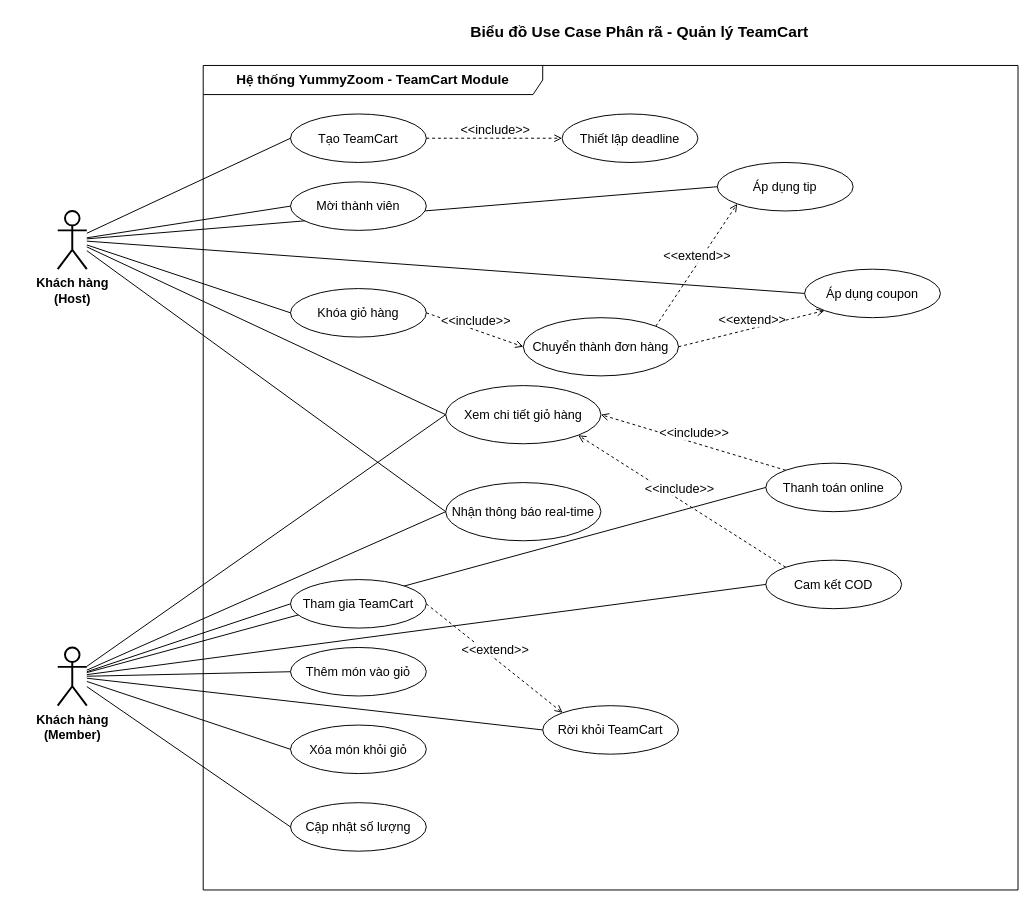
hoangvu1420/YummyZoom keeps this draw.io diagram as report/res/diagrams/usecase_teamcart_decomposition.drawio. Above is the earlier version. Source tidied: cells renumbered, new cells numbered last; positions are measured from the earlier drawing's top-left corner, leaving out a move shared by most shapes. Both pictures are drawn from the tidied source at 97%, with x=0, y=0 at pixel (57, 16).
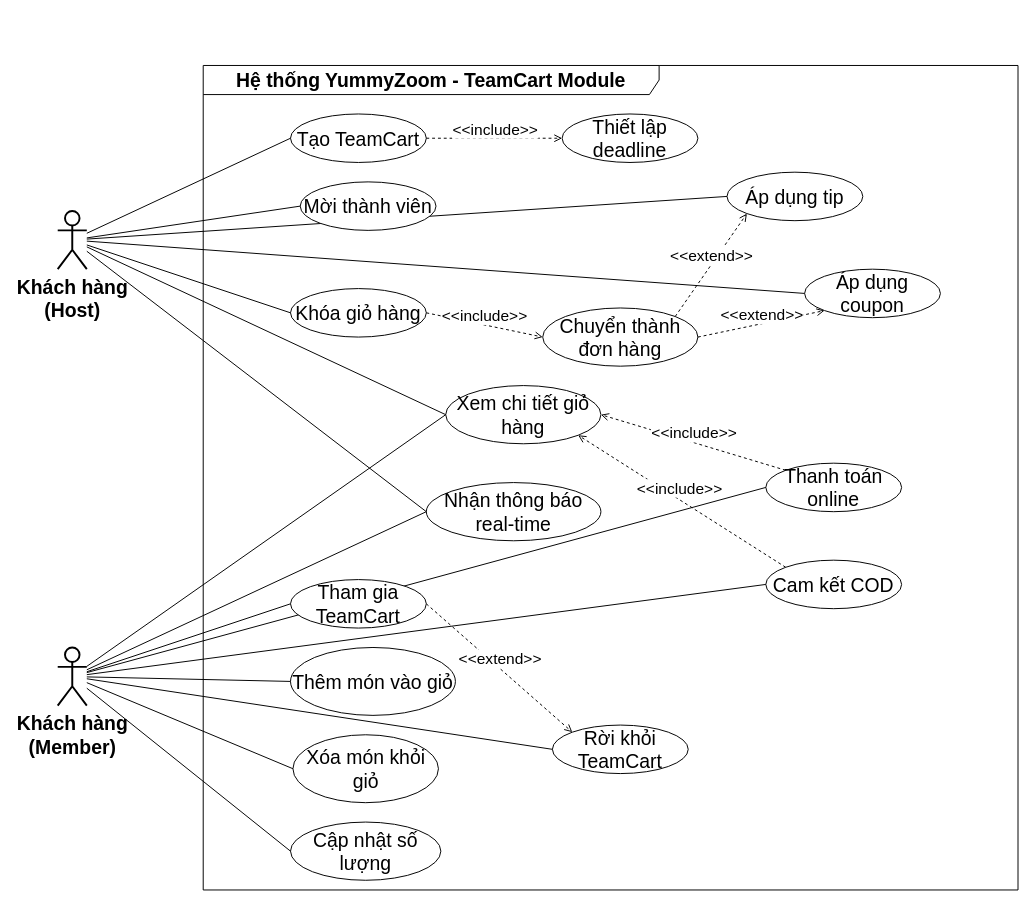
Above is the later version.

The edit, as a diff of the source:
```diff
@@
-    <mxCell id="2" value="Biểu đồ Use Case Phân rã - Quản lý TeamCart" style="text;strokeColor=none;align=center;fillColor=none;html=1;verticalAlign=middle;whiteSpace=wrap;rounded=0;fontSize=16;fontStyle=1;" parent="1" vertex="1">
-      <mxGeometry x="400" width="400" height="30" as="geometry" />
-    </mxCell>
-    <mxCell id="3" value="Hệ thống YummyZoom - TeamCart Module" style="shape=umlFrame;whiteSpace=wrap;html=1;width=350;height=30;fontSize=14;fontStyle=1;" parent="1" vertex="1">
+    <mxCell id="3" value="Hệ thống YummyZoom - TeamCart Module" style="shape=umlFrame;whiteSpace=wrap;html=1;width=470;height=30;fontSize=20;fontStyle=1;" parent="1" vertex="1">
       <mxGeometry x="150" y="50" width="840" height="850" as="geometry" />
     </mxCell>
-    <mxCell id="4" value="Khách hàng&lt;div style=&quot;font-size: 13px;&quot;&gt;(Host)&lt;/div&gt;" style="shape=umlActor;verticalLabelPosition=bottom;verticalAlign=top;html=1;outlineConnect=0;fontSize=13;fontStyle=1;strokeWidth=2;" parent="1" vertex="1">
+    <mxCell id="4" value="Khách hàng&lt;div style=&quot;font-size: 20px;&quot;&gt;(Host)&lt;/div&gt;" style="shape=umlActor;verticalLabelPosition=bottom;verticalAlign=top;html=1;outlineConnect=0;fontSize=20;fontStyle=1;strokeWidth=2;" parent="1" vertex="1">
       <mxGeometry y="200" width="30" height="60" as="geometry" />
     </mxCell>
-    <mxCell id="5" value="Khách hàng&lt;div style=&quot;font-size: 13px;&quot;&gt;(Member)&lt;/div&gt;" style="shape=umlActor;verticalLabelPosition=bottom;verticalAlign=top;html=1;outlineConnect=0;fontSize=13;fontStyle=1;strokeWidth=2;" parent="1" vertex="1">
+    <mxCell id="5" value="Khách hàng&lt;div style=&quot;font-size: 20px;&quot;&gt;(Member)&lt;/div&gt;" style="shape=umlActor;verticalLabelPosition=bottom;verticalAlign=top;html=1;outlineConnect=0;fontSize=20;fontStyle=1;strokeWidth=2;" parent="1" vertex="1">
       <mxGeometry y="650" width="30" height="60" as="geometry" />
     </mxCell>
-    <mxCell id="6" value="Tạo TeamCart" style="ellipse;whiteSpace=wrap;html=1;fontSize=13;" parent="1" vertex="1">
+    <mxCell id="6" value="Tạo TeamCart" style="ellipse;whiteSpace=wrap;html=1;fontSize=20;" parent="1" vertex="1">
       <mxGeometry x="240" y="100" width="140" height="50" as="geometry" />
     </mxCell>
-    <mxCell id="7" value="Thiết lập deadline" style="ellipse;whiteSpace=wrap;html=1;fontSize=13;" parent="1" vertex="1">
+    <mxCell id="7" value="Thiết lập deadline" style="ellipse;whiteSpace=wrap;html=1;fontSize=20;" parent="1" vertex="1">
       <mxGeometry x="520" y="100" width="140" height="50" as="geometry" />
     </mxCell>
-    <mxCell id="8" value="Khóa giỏ hàng" style="ellipse;whiteSpace=wrap;html=1;fontSize=13;" parent="1" vertex="1">
+    <mxCell id="8" value="Khóa giỏ hàng" style="ellipse;whiteSpace=wrap;html=1;fontSize=20;" parent="1" vertex="1">
       <mxGeometry x="240" y="280" width="140" height="50" as="geometry" />
     </mxCell>
-    <mxCell id="9" value="Chuyển thành đơn hàng" style="ellipse;whiteSpace=wrap;html=1;fontSize=13;" parent="1" vertex="1">
-      <mxGeometry x="480" y="310" width="160" height="60" as="geometry" />
+    <mxCell id="9" value="Chuyển thành đơn hàng" style="ellipse;whiteSpace=wrap;html=1;fontSize=20;" parent="1" vertex="1">
+      <mxGeometry x="500" y="300" width="160" height="60" as="geometry" />
     </mxCell>
-    <mxCell id="10" value="Áp dụng tip" style="ellipse;whiteSpace=wrap;html=1;fontSize=13;" parent="1" vertex="1">
-      <mxGeometry x="680" y="150" width="140" height="50" as="geometry" />
+    <mxCell id="10" value="Áp dụng tip" style="ellipse;whiteSpace=wrap;html=1;fontSize=20;" parent="1" vertex="1">
+      <mxGeometry x="690" y="160" width="140" height="50" as="geometry" />
     </mxCell>
-    <mxCell id="11" value="Áp dụng coupon" style="ellipse;whiteSpace=wrap;html=1;fontSize=13;" parent="1" vertex="1">
+    <mxCell id="11" value="Áp dụng coupon" style="ellipse;whiteSpace=wrap;html=1;fontSize=20;" parent="1" vertex="1">
       <mxGeometry x="770" y="260" width="140" height="50" as="geometry" />
     </mxCell>
-    <mxCell id="12" value="Xem chi tiết giỏ hàng" style="ellipse;whiteSpace=wrap;html=1;fontSize=13;" parent="1" vertex="1">
+    <mxCell id="12" value="Xem chi tiết giỏ hàng" style="ellipse;whiteSpace=wrap;html=1;fontSize=20;" parent="1" vertex="1">
       <mxGeometry x="400" y="380" width="160" height="60" as="geometry" />
     </mxCell>
-    <mxCell id="13" value="Nhận thông báo real-time" style="ellipse;whiteSpace=wrap;html=1;fontSize=13;" parent="1" vertex="1">
-      <mxGeometry x="400" y="480" width="160" height="60" as="geometry" />
+    <mxCell id="13" value="Nhận thông báo real-time" style="ellipse;whiteSpace=wrap;html=1;fontSize=20;" parent="1" vertex="1">
+      <mxGeometry x="380" y="480" width="180" height="60" as="geometry" />
     </mxCell>
-    <mxCell id="14" value="Rời khỏi TeamCart" style="ellipse;whiteSpace=wrap;html=1;fontSize=13;" parent="1" vertex="1">
-      <mxGeometry x="500" y="710" width="140" height="50" as="geometry" />
+    <mxCell id="14" value="Rời khỏi TeamCart" style="ellipse;whiteSpace=wrap;html=1;fontSize=20;" parent="1" vertex="1">
+      <mxGeometry x="510" y="730" width="140" height="50" as="geometry" />
     </mxCell>
-    <mxCell id="15" value="Thêm món vào giỏ" style="ellipse;whiteSpace=wrap;html=1;fontSize=13;" parent="1" vertex="1">
-      <mxGeometry x="240" y="650" width="140" height="50" as="geometry" />
+    <mxCell id="15" value="Thêm món vào giỏ" style="ellipse;whiteSpace=wrap;html=1;fontSize=20;" parent="1" vertex="1">
+      <mxGeometry x="240" y="650" width="170" height="70" as="geometry" />
     </mxCell>
-    <mxCell id="16" value="Xóa món khỏi giỏ" style="ellipse;whiteSpace=wrap;html=1;fontSize=13;" parent="1" vertex="1">
-      <mxGeometry x="240" y="730" width="140" height="50" as="geometry" />
+    <mxCell id="16" value="Xóa món khỏi giỏ" style="ellipse;whiteSpace=wrap;html=1;fontSize=20;" parent="1" vertex="1">
+      <mxGeometry x="242.5" y="740" width="150" height="70" as="geometry" />
     </mxCell>
-    <mxCell id="17" value="Cập nhật số lượng" style="ellipse;whiteSpace=wrap;html=1;fontSize=13;" parent="1" vertex="1">
-      <mxGeometry x="240" y="810" width="140" height="50" as="geometry" />
+    <mxCell id="17" value="Cập nhật số lượng" style="ellipse;whiteSpace=wrap;html=1;fontSize=20;" parent="1" vertex="1">
+      <mxGeometry x="240" y="830" width="155" height="60" as="geometry" />
     </mxCell>
-    <mxCell id="18" value="Thanh toán online" style="ellipse;whiteSpace=wrap;html=1;fontSize=13;" parent="1" vertex="1">
+    <mxCell id="18" value="Thanh toán online" style="ellipse;whiteSpace=wrap;html=1;fontSize=20;" parent="1" vertex="1">
       <mxGeometry x="730" y="460" width="140" height="50" as="geometry" />
     </mxCell>
-    <mxCell id="19" value="Cam kết COD" style="ellipse;whiteSpace=wrap;html=1;fontSize=13;" parent="1" vertex="1">
+    <mxCell id="19" value="Cam kết COD" style="ellipse;whiteSpace=wrap;html=1;fontSize=20;" parent="1" vertex="1">
       <mxGeometry x="730" y="560" width="140" height="50" as="geometry" />
     </mxCell>
-    <mxCell id="20" style="endArrow=none;html=1;rounded=0;entryX=0;entryY=0.5;entryDx=0;entryDy=0;" parent="1" edge="1" source="4" target="6">
+    <mxCell id="20" style="endArrow=none;html=1;rounded=0;entryX=0;entryY=0.5;entryDx=0;entryDy=0;fontSize=20;" parent="1" edge="1" source="4" target="6">
       <mxGeometry relative="1" as="geometry" />
     </mxCell>
-    <mxCell id="21" style="endArrow=none;html=1;rounded=0;entryX=0;entryY=0.5;entryDx=0;entryDy=0;" parent="1" edge="1" source="4" target="50">
+    <mxCell id="21" style="endArrow=none;html=1;rounded=0;entryX=0;entryY=0.5;entryDx=0;entryDy=0;fontSize=20;" parent="1" edge="1" source="4" target="50">
       <mxGeometry relative="1" as="geometry" />
     </mxCell>
-    <mxCell id="22" style="endArrow=none;html=1;rounded=0;entryX=0;entryY=0.5;entryDx=0;entryDy=0;" parent="1" edge="1" source="4" target="8">
+    <mxCell id="22" style="endArrow=none;html=1;rounded=0;entryX=0;entryY=0.5;entryDx=0;entryDy=0;fontSize=20;" parent="1" edge="1" source="4" target="8">
       <mxGeometry relative="1" as="geometry" />
     </mxCell>
-    <mxCell id="23" style="endArrow=none;html=1;rounded=0;entryX=0;entryY=0.5;entryDx=0;entryDy=0;" parent="1" edge="1" source="4" target="10">
+    <mxCell id="23" style="endArrow=none;html=1;rounded=0;entryX=0;entryY=0.5;entryDx=0;entryDy=0;fontSize=20;" parent="1" edge="1" source="4" target="10">
       <mxGeometry relative="1" as="geometry" />
     </mxCell>
-    <mxCell id="24" style="endArrow=none;html=1;rounded=0;entryX=0;entryY=0.5;entryDx=0;entryDy=0;" parent="1" edge="1" source="4" target="11">
+    <mxCell id="24" style="endArrow=none;html=1;rounded=0;entryX=0;entryY=0.5;entryDx=0;entryDy=0;fontSize=20;" parent="1" edge="1" source="4" target="11">
       <mxGeometry relative="1" as="geometry" />
     </mxCell>
-    <mxCell id="25" style="endArrow=none;html=1;rounded=0;entryX=0;entryY=0.5;entryDx=0;entryDy=0;" parent="1" edge="1" source="4" target="12">
+    <mxCell id="25" style="endArrow=none;html=1;rounded=0;entryX=0;entryY=0.5;entryDx=0;entryDy=0;fontSize=20;" parent="1" edge="1" source="4" target="12">
       <mxGeometry relative="1" as="geometry" />
     </mxCell>
-    <mxCell id="26" style="endArrow=none;html=1;rounded=0;entryX=0;entryY=0.5;entryDx=0;entryDy=0;" parent="1" edge="1" source="4" target="13">
+    <mxCell id="26" style="endArrow=none;html=1;rounded=0;entryX=0;entryY=0.5;entryDx=0;entryDy=0;fontSize=20;" parent="1" edge="1" source="4" target="13">
       <mxGeometry relative="1" as="geometry" />
     </mxCell>
-    <mxCell id="27" style="endArrow=none;html=1;rounded=0;entryX=0;entryY=0.5;entryDx=0;entryDy=0;" parent="1" edge="1" source="5" target="51">
+    <mxCell id="27" style="endArrow=none;html=1;rounded=0;entryX=0;entryY=0.5;entryDx=0;entryDy=0;fontSize=20;" parent="1" edge="1" source="5" target="51">
       <mxGeometry relative="1" as="geometry" />
     </mxCell>
-    <mxCell id="28" style="endArrow=none;html=1;rounded=0;entryX=0;entryY=0.5;entryDx=0;entryDy=0;" parent="1" edge="1" source="5" target="15">
+    <mxCell id="28" style="endArrow=none;html=1;rounded=0;entryX=0;entryY=0.5;entryDx=0;entryDy=0;fontSize=20;" parent="1" edge="1" source="5" target="15">
       <mxGeometry relative="1" as="geometry" />
     </mxCell>
-    <mxCell id="29" style="endArrow=none;html=1;rounded=0;entryX=0;entryY=0.5;entryDx=0;entryDy=0;" parent="1" edge="1" source="5" target="16">
+    <mxCell id="29" style="endArrow=none;html=1;rounded=0;entryX=0;entryY=0.5;entryDx=0;entryDy=0;fontSize=20;" parent="1" edge="1" source="5" target="16">
       <mxGeometry relative="1" as="geometry" />
     </mxCell>
-    <mxCell id="30" style="endArrow=none;html=1;rounded=0;entryX=0;entryY=0.5;entryDx=0;entryDy=0;" parent="1" edge="1" source="5" target="17">
+    <mxCell id="30" style="endArrow=none;html=1;rounded=0;entryX=0;entryY=0.5;entryDx=0;entryDy=0;fontSize=20;" parent="1" edge="1" source="5" target="17">
       <mxGeometry relative="1" as="geometry" />
     </mxCell>
-    <mxCell id="31" style="endArrow=none;html=1;rounded=0;entryX=0;entryY=0.5;entryDx=0;entryDy=0;" parent="1" edge="1" source="5" target="18">
+    <mxCell id="31" style="endArrow=none;html=1;rounded=0;entryX=0;entryY=0.5;entryDx=0;entryDy=0;fontSize=20;" parent="1" edge="1" source="5" target="18">
       <mxGeometry relative="1" as="geometry" />
     </mxCell>
-    <mxCell id="32" style="endArrow=none;html=1;rounded=0;entryX=0;entryY=0.5;entryDx=0;entryDy=0;" parent="1" edge="1" source="5" target="19">
+    <mxCell id="32" style="endArrow=none;html=1;rounded=0;entryX=0;entryY=0.5;entryDx=0;entryDy=0;fontSize=20;" parent="1" edge="1" source="5" target="19">
       <mxGeometry relative="1" as="geometry" />
     </mxCell>
-    <mxCell id="33" style="endArrow=none;html=1;rounded=0;entryX=0;entryY=0.5;entryDx=0;entryDy=0;" parent="1" edge="1" source="5" target="12">
+    <mxCell id="33" style="endArrow=none;html=1;rounded=0;entryX=0;entryY=0.5;entryDx=0;entryDy=0;fontSize=20;" parent="1" edge="1" source="5" target="12">
       <mxGeometry relative="1" as="geometry" />
     </mxCell>
-    <mxCell id="34" style="endArrow=none;html=1;rounded=0;entryX=0;entryY=0.5;entryDx=0;entryDy=0;" parent="1" edge="1" source="5" target="13">
+    <mxCell id="34" style="endArrow=none;html=1;rounded=0;entryX=0;entryY=0.5;entryDx=0;entryDy=0;fontSize=20;" parent="1" edge="1" source="5" target="13">
       <mxGeometry relative="1" as="geometry" />
     </mxCell>
-    <mxCell id="35" style="endArrow=none;html=1;rounded=0;entryX=0;entryY=0.5;entryDx=0;entryDy=0;" parent="1" edge="1" source="5" target="14">
+    <mxCell id="35" style="endArrow=none;html=1;rounded=0;entryX=0;entryY=0.5;entryDx=0;entryDy=0;fontSize=20;" parent="1" edge="1" source="5" target="14">
       <mxGeometry relative="1" as="geometry" />
     </mxCell>
-    <mxCell id="36" style="endArrow=open;dashed=1;html=1;rounded=0;exitX=1;exitY=0.5;exitDx=0;exitDy=0;entryX=0;entryY=0.5;entryDx=0;entryDy=0;fontSize=13;" parent="1" edge="1" source="6" target="7">
+    <mxCell id="36" style="endArrow=open;dashed=1;html=1;rounded=0;exitX=1;exitY=0.5;exitDx=0;exitDy=0;entryX=0;entryY=0.5;entryDx=0;entryDy=0;fontSize=20;" parent="1" edge="1" source="6" target="7">
       <mxGeometry relative="1" as="geometry" />
     </mxCell>
-    <mxCell id="37" value="&amp;lt;&amp;lt;include&amp;gt;&amp;gt;" style="edgeLabel;html=1;align=center;verticalAlign=middle;fontSize=13;" parent="36" vertex="1">
+    <mxCell id="37" value="&amp;lt;&amp;lt;include&amp;gt;&amp;gt;" style="edgeLabel;html=1;align=center;verticalAlign=middle;fontSize=16;" parent="36" vertex="1">
       <mxGeometry relative="1" as="geometry">
         <mxPoint y="-10" as="offset" />
       </mxGeometry>
     </mxCell>
-    <mxCell id="38" style="endArrow=open;dashed=1;html=1;rounded=0;exitX=1;exitY=0.5;exitDx=0;exitDy=0;entryX=0;entryY=0.5;entryDx=0;entryDy=0;fontSize=13;" parent="1" edge="1" source="8" target="9">
+    <mxCell id="38" style="endArrow=open;dashed=1;html=1;rounded=0;exitX=1;exitY=0.5;exitDx=0;exitDy=0;entryX=0;entryY=0.5;entryDx=0;entryDy=0;fontSize=20;" parent="1" edge="1" source="8" target="9">
       <mxGeometry relative="1" as="geometry" />
     </mxCell>
-    <mxCell id="39" value="&amp;lt;&amp;lt;include&amp;gt;&amp;gt;" style="edgeLabel;html=1;align=center;verticalAlign=middle;fontSize=13;" parent="38" vertex="1">
+    <mxCell id="39" value="&amp;lt;&amp;lt;include&amp;gt;&amp;gt;" style="edgeLabel;html=1;align=center;verticalAlign=middle;fontSize=16;fontFamily=Helvetica;fontColor=default;labelBackgroundColor=default;fillColor=none;gradientColor=none;" parent="38" vertex="1">
       <mxGeometry relative="1" as="geometry">
         <mxPoint y="-10" as="offset" />
       </mxGeometry>
     </mxCell>
-    <mxCell id="40" style="endArrow=open;dashed=1;html=1;rounded=0;exitX=0;exitY=0;exitDx=0;exitDy=0;entryX=1;entryY=0.5;entryDx=0;entryDy=0;fontSize=13;" parent="1" edge="1" source="18" target="12">
+    <mxCell id="40" style="endArrow=open;dashed=1;html=1;rounded=0;exitX=0;exitY=0;exitDx=0;exitDy=0;entryX=1;entryY=0.5;entryDx=0;entryDy=0;fontSize=20;" parent="1" edge="1" source="18" target="12">
       <mxGeometry relative="1" as="geometry" />
     </mxCell>
-    <mxCell id="41" value="&amp;lt;&amp;lt;include&amp;gt;&amp;gt;" style="edgeLabel;html=1;align=center;verticalAlign=middle;fontSize=13;" parent="40" vertex="1">
+    <mxCell id="41" value="&amp;lt;&amp;lt;include&amp;gt;&amp;gt;" style="edgeLabel;html=1;align=center;verticalAlign=middle;fontSize=16;fontFamily=Helvetica;fontColor=default;labelBackgroundColor=default;fillColor=none;gradientColor=none;" parent="40" vertex="1">
       <mxGeometry relative="1" as="geometry">
         <mxPoint y="-10" as="offset" />
       </mxGeometry>
     </mxCell>
-    <mxCell id="42" style="endArrow=open;dashed=1;html=1;rounded=0;exitX=0;exitY=0;exitDx=0;exitDy=0;entryX=1;entryY=1;entryDx=0;entryDy=0;fontSize=13;" parent="1" edge="1" source="19" target="12">
+    <mxCell id="42" style="endArrow=open;dashed=1;html=1;rounded=0;exitX=0;exitY=0;exitDx=0;exitDy=0;entryX=1;entryY=1;entryDx=0;entryDy=0;fontSize=20;" parent="1" edge="1" source="19" target="12">
       <mxGeometry relative="1" as="geometry" />
     </mxCell>
-    <mxCell id="43" value="&amp;lt;&amp;lt;include&amp;gt;&amp;gt;" style="edgeLabel;html=1;align=center;verticalAlign=middle;fontSize=13;" parent="42" vertex="1">
+    <mxCell id="43" value="&amp;lt;&amp;lt;include&amp;gt;&amp;gt;" style="edgeLabel;html=1;align=center;verticalAlign=middle;fontSize=16;fontFamily=Helvetica;fontColor=default;labelBackgroundColor=default;fillColor=none;gradientColor=none;" parent="42" vertex="1">
       <mxGeometry relative="1" as="geometry">
         <mxPoint x="-3" y="-14" as="offset" />
       </mxGeometry>
     </mxCell>
-    <mxCell id="44" style="endArrow=open;dashed=1;html=1;rounded=0;exitX=1;exitY=0.5;exitDx=0;exitDy=0;entryX=0;entryY=0;entryDx=0;entryDy=0;fontSize=13;" parent="1" edge="1" source="51" target="14">
+    <mxCell id="44" style="endArrow=open;dashed=1;html=1;rounded=0;exitX=1;exitY=0.5;exitDx=0;exitDy=0;entryX=0;entryY=0;entryDx=0;entryDy=0;fontSize=20;" parent="1" edge="1" source="51" target="14">
       <mxGeometry relative="1" as="geometry" />
     </mxCell>
-    <mxCell id="45" value="&amp;lt;&amp;lt;extend&amp;gt;&amp;gt;" style="edgeLabel;html=1;align=center;verticalAlign=middle;fontSize=13;" parent="44" vertex="1">
+    <mxCell id="45" value="&amp;lt;&amp;lt;extend&amp;gt;&amp;gt;" style="edgeLabel;html=1;align=center;verticalAlign=middle;fontSize=16;fontFamily=Helvetica;fontColor=default;labelBackgroundColor=default;fillColor=none;gradientColor=none;" parent="44" vertex="1">
       <mxGeometry relative="1" as="geometry">
         <mxPoint y="-10" as="offset" />
       </mxGeometry>
     </mxCell>
-    <mxCell id="46" style="endArrow=open;dashed=1;html=1;rounded=0;exitX=1;exitY=0;exitDx=0;exitDy=0;entryX=0;entryY=1;entryDx=0;entryDy=0;fontSize=13;" parent="1" edge="1" source="9" target="10">
+    <mxCell id="46" style="endArrow=open;dashed=1;html=1;rounded=0;exitX=1;exitY=0;exitDx=0;exitDy=0;entryX=0;entryY=1;entryDx=0;entryDy=0;fontSize=20;" parent="1" edge="1" source="9" target="10">
       <mxGeometry relative="1" as="geometry" />
     </mxCell>
-    <mxCell id="47" value="&amp;lt;&amp;lt;extend&amp;gt;&amp;gt;" style="edgeLabel;html=1;align=center;verticalAlign=middle;fontSize=13;" parent="46" vertex="1">
+    <mxCell id="47" value="&amp;lt;&amp;lt;extend&amp;gt;&amp;gt;" style="edgeLabel;html=1;align=center;verticalAlign=middle;fontSize=16;fontFamily=Helvetica;fontColor=default;labelBackgroundColor=default;fillColor=none;gradientColor=none;" parent="46" vertex="1">
       <mxGeometry relative="1" as="geometry">
         <mxPoint y="-10" as="offset" />
       </mxGeometry>
     </mxCell>
-    <mxCell id="48" style="endArrow=open;dashed=1;html=1;rounded=0;exitX=1;exitY=0.5;exitDx=0;exitDy=0;entryX=0;entryY=1;entryDx=0;entryDy=0;fontSize=13;" parent="1" edge="1" source="9" target="11">
+    <mxCell id="48" style="endArrow=open;dashed=1;html=1;rounded=0;exitX=1;exitY=0.5;exitDx=0;exitDy=0;entryX=0;entryY=1;entryDx=0;entryDy=0;fontSize=20;" parent="1" edge="1" source="9" target="11">
       <mxGeometry relative="1" as="geometry" />
     </mxCell>
-    <mxCell id="49" value="&amp;lt;&amp;lt;extend&amp;gt;&amp;gt;" style="edgeLabel;html=1;align=center;verticalAlign=middle;fontSize=13;" parent="48" vertex="1">
+    <mxCell id="49" value="&amp;lt;&amp;lt;extend&amp;gt;&amp;gt;" style="edgeLabel;html=1;align=center;verticalAlign=middle;fontSize=16;fontFamily=Helvetica;fontColor=default;labelBackgroundColor=default;fillColor=none;gradientColor=none;" parent="48" vertex="1">
       <mxGeometry relative="1" as="geometry">
         <mxPoint y="-10" as="offset" />
       </mxGeometry>
     </mxCell>
-    <mxCell id="50" value="Mời thành viên" style="ellipse;whiteSpace=wrap;html=1;fontSize=13;" parent="1" vertex="1">
-      <mxGeometry x="240" y="170" width="140" height="50" as="geometry" />
+    <mxCell id="50" value="Mời thành viên" style="ellipse;whiteSpace=wrap;html=1;fontSize=20;" parent="1" vertex="1">
+      <mxGeometry x="250" y="170" width="140" height="50" as="geometry" />
     </mxCell>
-    <mxCell id="51" value="Tham gia TeamCart" style="ellipse;whiteSpace=wrap;html=1;fontSize=13;" parent="1" vertex="1">
+    <mxCell id="51" value="Tham gia TeamCart" style="ellipse;whiteSpace=wrap;html=1;fontSize=20;" parent="1" vertex="1">
       <mxGeometry x="240" y="580" width="140" height="50" as="geometry" />
     </mxCell>
```
